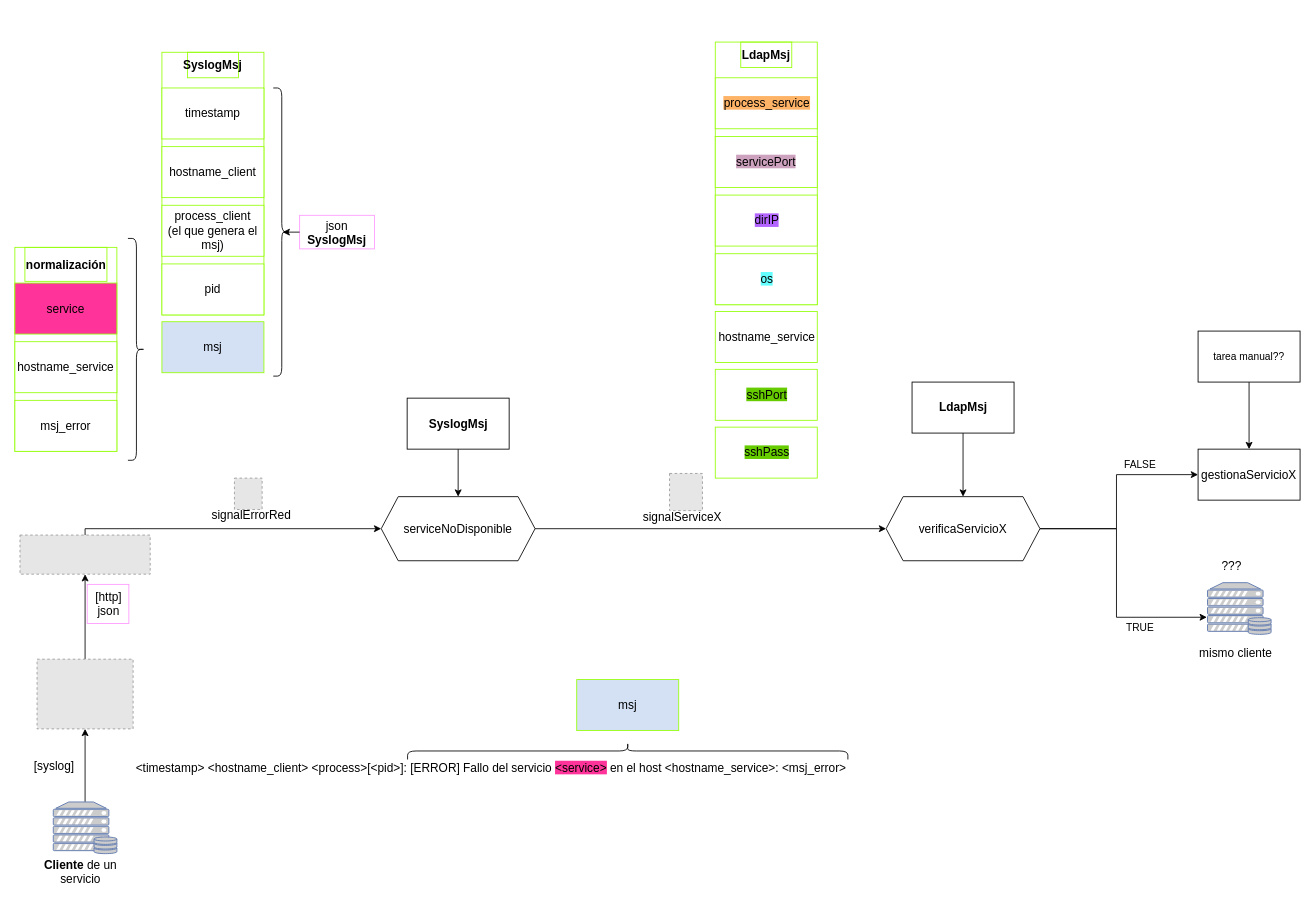
Above: page "visión general" (1 of 4) of esquemaProcesos.drawio in MarianaReyesH/gestionRed (draw.io), before the change. Source tidied: cells renumbered, new cells numbered last; positions are measured from the earlier drawing's top-left corner, leaving out a move shared by most shapes. Both pictures are drawn from the tidied source at 85%, with x=0, y=0 at pixel (14, 14). Pictures stored in the file or linked from it are replaced by grey dashed boxes.
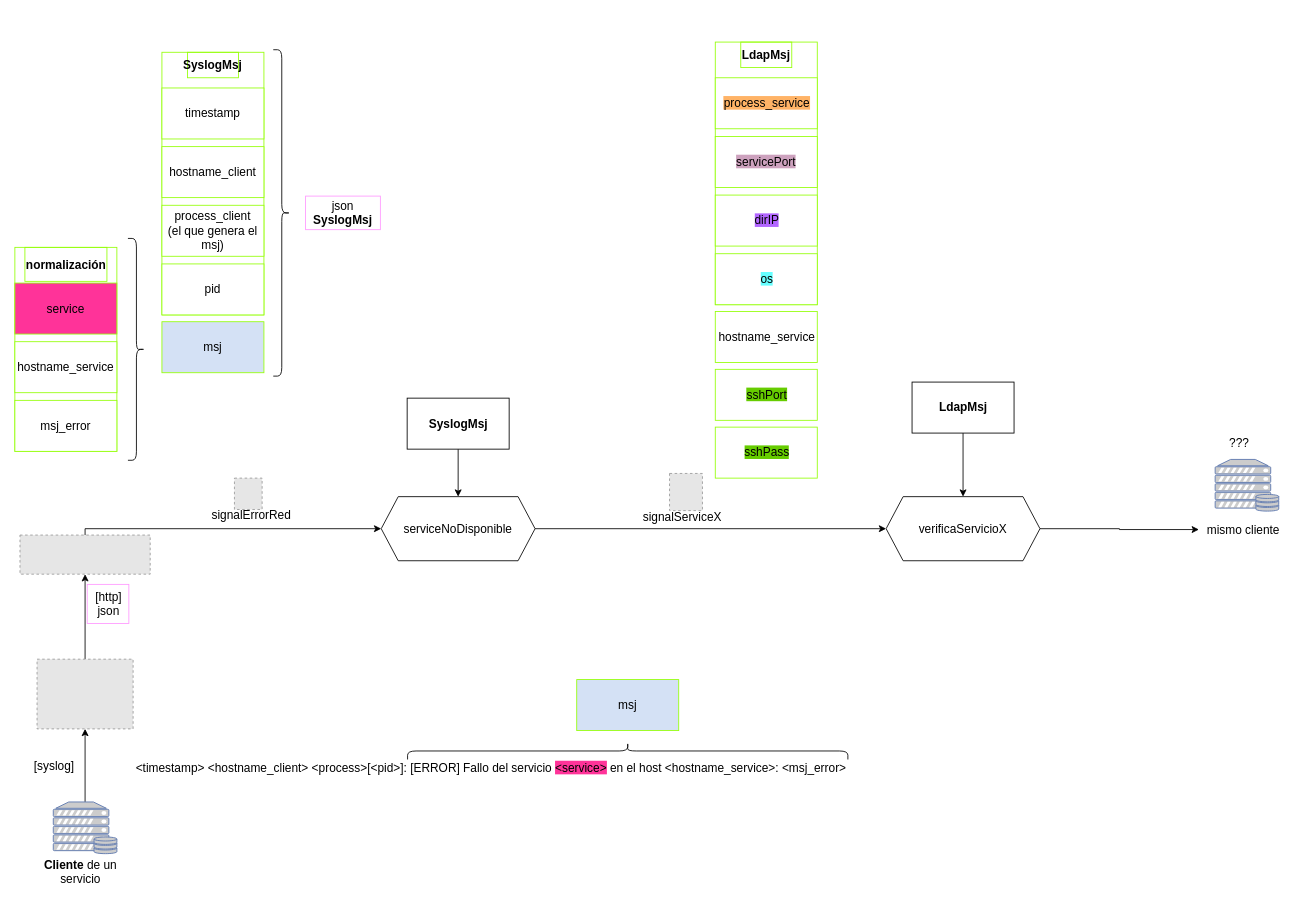
The same page after the edit.

Unchanged cells that the change refers to:
```xml
<mxCell id="62" value="&lt;span style=&quot;font-size: 14px;&quot;&gt;verificaServicioX&lt;/span&gt;" style="shape=hexagon;perimeter=hexagonPerimeter2;whiteSpace=wrap;html=1;fixedSize=1;" parent="1" vertex="1">
  <mxGeometry x="1025" y="566.8" width="181" height="75.4" as="geometry" />
</mxCell>
```

Change to the diagram source:
```diff
@@
     <mxCell id="13" style="fontColor=#0066CC;verticalAlign=top;verticalLabelPosition=bottom;labelPosition=center;align=center;html=1;fillColor=#CCCCCC;strokeColor=#6881B3;gradientColor=none;gradientDirection=north;strokeWidth=2;shape=mxgraph.networks.server_storage;rounded=0;shadow=0;comic=0;" parent="1" vertex="1">
-      <mxGeometry x="1403.1" y="668" width="74.8" height="60.8" as="geometry" />
+      <mxGeometry x="1412.1" y="523" width="74.8" height="60.8" as="geometry" />
     </mxCell>
     <mxCell id="14" value="&lt;span style=&quot;font-size: 14px;&quot;&gt;mismo cliente&lt;/span&gt;" style="text;html=1;align=center;verticalAlign=middle;points=[];strokeColor=none;fillColor=none;" parent="1" vertex="1">
-      <mxGeometry x="1384" y="736" width="104" height="29" as="geometry" />
+      <mxGeometry x="1393" y="591" width="104" height="29" as="geometry" />
     </mxCell>
     <mxCell id="15" value="&lt;span style=&quot;color: rgb(0, 0, 0); font-family: Helvetica; font-size: 14px; font-style: normal; font-variant-ligatures: normal; font-variant-caps: normal; font-weight: 400; letter-spacing: normal; orphans: 2; text-align: center; text-indent: 0px; text-transform: none; widows: 2; word-spacing: 0px; -webkit-text-stroke-width: 0px; white-space: normal; background-color: rgb(255, 255, 255); text-decoration-thickness: initial; text-decoration-style: initial; text-decoration-color: initial; display: inline !important; float: none;&quot;&gt;???&lt;/span&gt;" style="text;whiteSpace=wrap;html=1;" parent="1" vertex="1">
-      <mxGeometry x="1418" y="634" width="67" height="33" as="geometry" />
+      <mxGeometry x="1427" y="489" width="67" height="33" as="geometry" />
     </mxCell>
-    <mxCell id="16" value="&lt;font style=&quot;font-size: 14px;&quot;&gt;gestionaServicioX&lt;/font&gt;" style="rounded=0;whiteSpace=wrap;html=1;" parent="1" vertex="1">
-      <mxGeometry x="1392" y="510.9" width="120" height="60" as="geometry" />
-    </mxCell>
-    <mxCell id="17" style="edgeStyle=orthogonalEdgeStyle;rounded=0;jettySize=auto;html=1;" parent="1" edge="1" source="18" target="16">
-      <mxGeometry relative="1" as="geometry" />
-    </mxCell>
-    <mxCell id="18" value="&lt;font style=&quot;font-size: 12px;&quot;&gt;tarea manual??&lt;/font&gt;" style="rounded=0;whiteSpace=wrap;html=1;" parent="1" vertex="1">
-      <mxGeometry x="1392" y="372" width="120" height="60" as="geometry" />
-    </mxCell>
-    <mxCell id="19" value="TRUE" style="text;html=1;align=center;verticalAlign=middle;whiteSpace=wrap;rounded=0;" parent="1" vertex="1">
-      <mxGeometry x="1294" y="706" width="60" height="30" as="geometry" />
-    </mxCell>
-    <mxCell id="20" value="FALSE" style="text;html=1;align=center;verticalAlign=middle;whiteSpace=wrap;rounded=0;" parent="1" vertex="1">
-      <mxGeometry x="1294" y="515" width="60" height="30" as="geometry" />
-    </mxCell>
@@
     <mxCell id="40" style="group;" parent="1" vertex="1">
-      <mxGeometry width="423" height="524" as="geometry" />
+      <mxGeometry width="430" height="524" as="geometry" />
     </mxCell>
@@
     <mxCell id="56" style="shape=curlyBracket;whiteSpace=wrap;html=1;rounded=1;flipH=1;labelPosition=right;verticalLabelPosition=middle;align=left;verticalAlign=middle;" parent="40" vertex="1">
-      <mxGeometry x="304" y="86" width="20" height="339" as="geometry" />
+      <mxGeometry x="304" y="41" width="20" height="384" as="geometry" />
     </mxCell>
     <mxCell id="57" value="&lt;font style=&quot;font-size: 14px;&quot;&gt;json&lt;/font&gt;&lt;div&gt;&lt;b&gt;&lt;font style=&quot;font-size: 14px;&quot;&gt;SyslogMsj&lt;/font&gt;&lt;/b&gt;&lt;/div&gt;" style="text;html=1;align=center;verticalAlign=middle;whiteSpace=wrap;rounded=0;strokeColor=#FF99FF;" parent="40" vertex="1">
-      <mxGeometry x="335" y="235.8" width="88" height="39.5" as="geometry" />
+      <mxGeometry x="342" y="213.2" width="88" height="39.5" as="geometry" />
     </mxCell>
-    <mxCell id="58" style="edgeStyle=orthogonalEdgeStyle;rounded=0;jettySize=auto;html=1;" parent="40" edge="1" source="57" target="56">
-      <mxGeometry relative="1" as="geometry" />
-    </mxCell>
@@
-    <mxCell id="61" style="edgeStyle=orthogonalEdgeStyle;rounded=0;jettySize=auto;html=1;entryX=0;entryY=0.5;entryDx=0;entryDy=0;exitX=1;exitY=0.5;exitDx=0;exitDy=0;" parent="1" edge="1" source="62" target="16">
-      <mxGeometry relative="1" as="geometry">
-        <Array as="points">
-          <mxPoint x="1296" y="605" />
-          <mxPoint x="1296" y="541" />
-        </Array>
-      </mxGeometry>
-    </mxCell>
+    <mxCell id="66" style="edgeStyle=orthogonalEdgeStyle;rounded=0;jettySize=auto;html=1;" parent="1" edge="1" source="62" target="14">
+      <mxGeometry relative="1" as="geometry" />
+    </mxCell>
@@
-    <mxCell id="63" style="edgeStyle=orthogonalEdgeStyle;rounded=0;jettySize=auto;html=1;entryX=-0.01;entryY=0.669;entryDx=0;entryDy=0;entryPerimeter=0;exitX=1;exitY=0.5;exitDx=0;exitDy=0;" parent="1" edge="1" source="62" target="13">
-      <mxGeometry relative="1" as="geometry">
-        <Array as="points">
-          <mxPoint x="1296" y="605" />
-          <mxPoint x="1296" y="709" />
-        </Array>
-      </mxGeometry>
-    </mxCell>
```
